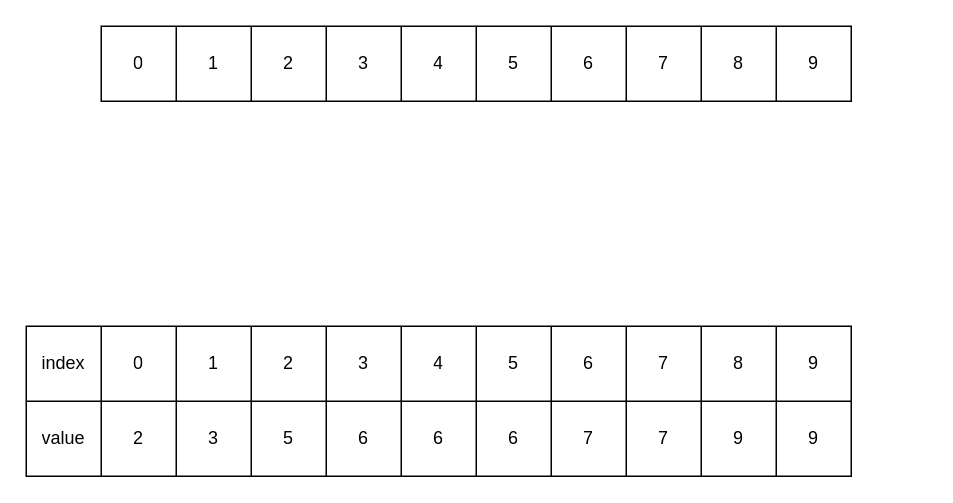
EndlessCheng/EndlessCheng keeps this draw.io diagram as bs.drawio. Above is the earlier version. Source tidied: cells renumbered, new cells numbered last; positions are measured from the earlier drawing's top-left corner, leaving out a move shared by most shapes. Both pictures are drawn from the tidied source at 150%, with x=0, y=0 at pixel (26, 26).
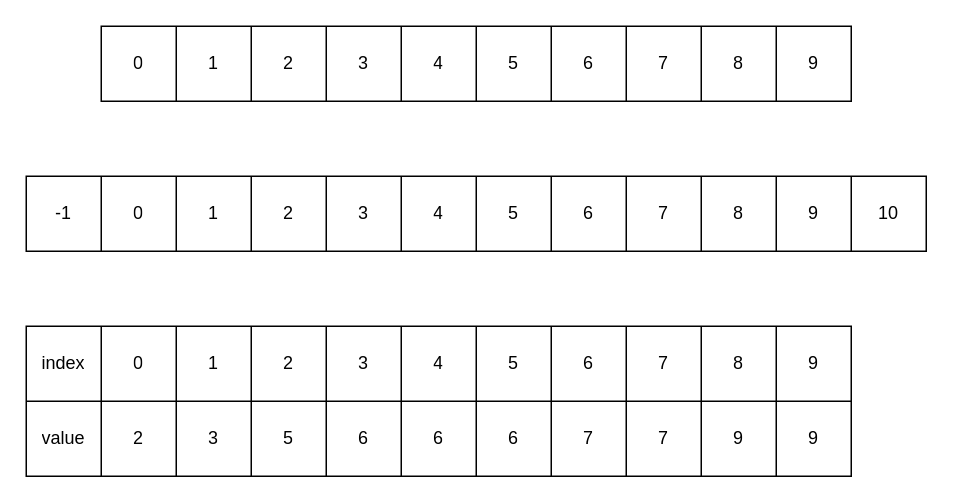
Above is the later version.

What changed in the source:
```diff
@@
+    <mxCell id="39" style="shape=table;html=1;whiteSpace=wrap;startSize=0;childLayout=tableLayout;" parent="1" vertex="1">
+      <mxGeometry y="100" width="600" height="50" as="geometry" />
+    </mxCell>
+    <mxCell id="40" style="shape=tableRow;horizontal=0;startSize=0;swimlaneHead=0;swimlaneBody=0;top=0;left=0;bottom=0;right=0;fillColor=none;" parent="39" vertex="1">
+      <mxGeometry width="600" height="50" as="geometry" />
+    </mxCell>
+    <mxCell id="41" value="-1" style="shape=partialRectangle;html=1;whiteSpace=wrap;fillColor=none;top=0;left=0;bottom=0;right=0;overflow=hidden;" parent="40" vertex="1">
+      <mxGeometry width="50" height="50" as="geometry" />
+    </mxCell>
+    <mxCell id="42" value="0" style="shape=partialRectangle;html=1;whiteSpace=wrap;fillColor=none;top=0;left=0;bottom=0;right=0;overflow=hidden;" parent="40" vertex="1">
+      <mxGeometry x="50" width="50" height="50" as="geometry" />
+    </mxCell>
+    <mxCell id="43" value="1" style="shape=partialRectangle;html=1;whiteSpace=wrap;fillColor=none;top=0;left=0;bottom=0;right=0;overflow=hidden;" parent="40" vertex="1">
+      <mxGeometry x="100" width="50" height="50" as="geometry" />
+    </mxCell>
+    <mxCell id="44" value="2" style="shape=partialRectangle;html=1;whiteSpace=wrap;fillColor=none;top=0;left=0;bottom=0;right=0;overflow=hidden;" parent="40" vertex="1">
+      <mxGeometry x="150" width="50" height="50" as="geometry" />
+    </mxCell>
+    <mxCell id="45" value="3" style="shape=partialRectangle;html=1;whiteSpace=wrap;fillColor=none;top=0;left=0;bottom=0;right=0;overflow=hidden;" parent="40" vertex="1">
+      <mxGeometry x="200" width="50" height="50" as="geometry" />
+    </mxCell>
+    <mxCell id="46" value="4" style="shape=partialRectangle;html=1;whiteSpace=wrap;fillColor=none;top=0;left=0;bottom=0;right=0;overflow=hidden;" parent="40" vertex="1">
+      <mxGeometry x="250" width="50" height="50" as="geometry" />
+    </mxCell>
+    <mxCell id="47" value="5" style="shape=partialRectangle;html=1;whiteSpace=wrap;fillColor=none;top=0;left=0;bottom=0;right=0;overflow=hidden;" parent="40" vertex="1">
+      <mxGeometry x="300" width="50" height="50" as="geometry" />
+    </mxCell>
+    <mxCell id="48" value="6" style="shape=partialRectangle;html=1;whiteSpace=wrap;fillColor=none;top=0;left=0;bottom=0;right=0;overflow=hidden;" parent="40" vertex="1">
+      <mxGeometry x="350" width="50" height="50" as="geometry" />
+    </mxCell>
+    <mxCell id="49" value="7" style="shape=partialRectangle;html=1;whiteSpace=wrap;fillColor=none;top=0;left=0;bottom=0;right=0;overflow=hidden;" parent="40" vertex="1">
+      <mxGeometry x="400" width="50" height="50" as="geometry" />
+    </mxCell>
+    <mxCell id="50" value="8" style="shape=partialRectangle;html=1;whiteSpace=wrap;fillColor=none;top=0;left=0;bottom=0;right=0;overflow=hidden;" parent="40" vertex="1">
+      <mxGeometry x="450" width="50" height="50" as="geometry" />
+    </mxCell>
+    <mxCell id="51" value="9" style="shape=partialRectangle;html=1;whiteSpace=wrap;fillColor=none;top=0;left=0;bottom=0;right=0;overflow=hidden;" parent="40" vertex="1">
+      <mxGeometry x="500" width="50" height="50" as="geometry" />
+    </mxCell>
+    <mxCell id="52" value="10" style="shape=partialRectangle;html=1;whiteSpace=wrap;fillColor=none;top=0;left=0;bottom=0;right=0;overflow=hidden;" parent="40" vertex="1">
+      <mxGeometry x="550" width="50" height="50" as="geometry" />
+    </mxCell>
```
